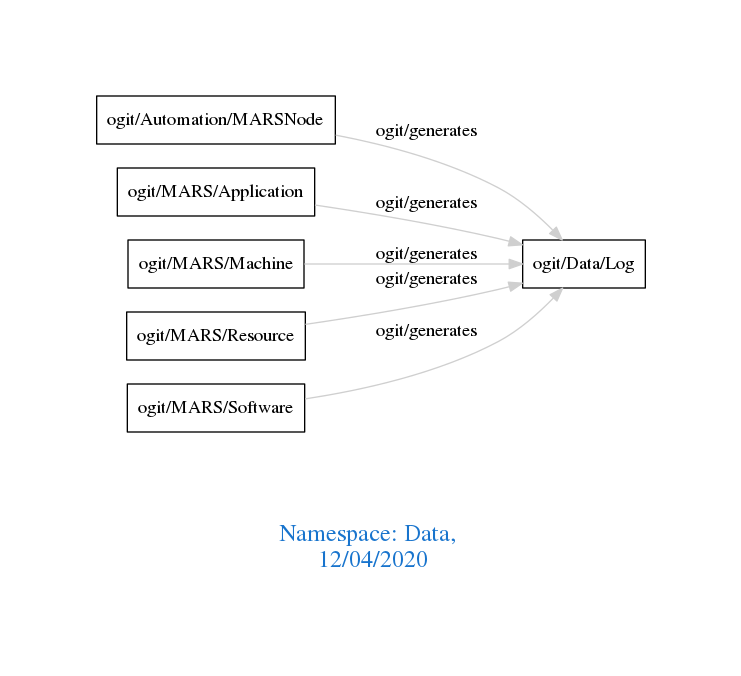
Above: downloads/Data.png in arago/OGIT (Graphviz), before the change. Its source is kept beside it as downloads/Data.dot.
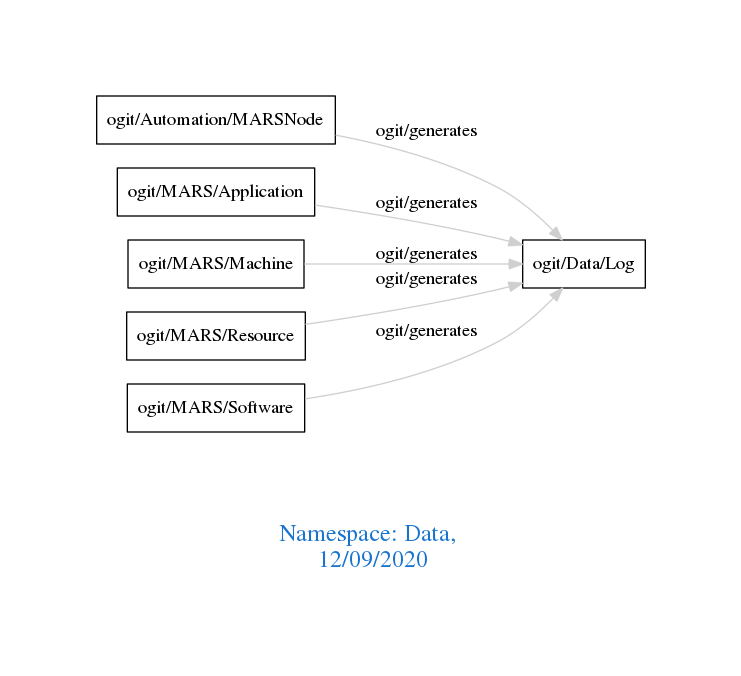
The same file after the commit.

The edit, as a diff of the source:
```diff
@@ -1,7 +1,7 @@
 digraph OGIT_ontology {
  graph [ rankdir= LR,pad=1
 fontsize = 18,
-fontcolor= dodgerblue3,label = "\n\n\nNamespace: Data, \n 12/04/2020"];
+fontcolor= dodgerblue3,label = "\n\n\nNamespace: Data, \n 12/09/2020"];
 node[shape=polygon];
 edge [  color="gray81"];
 
```
